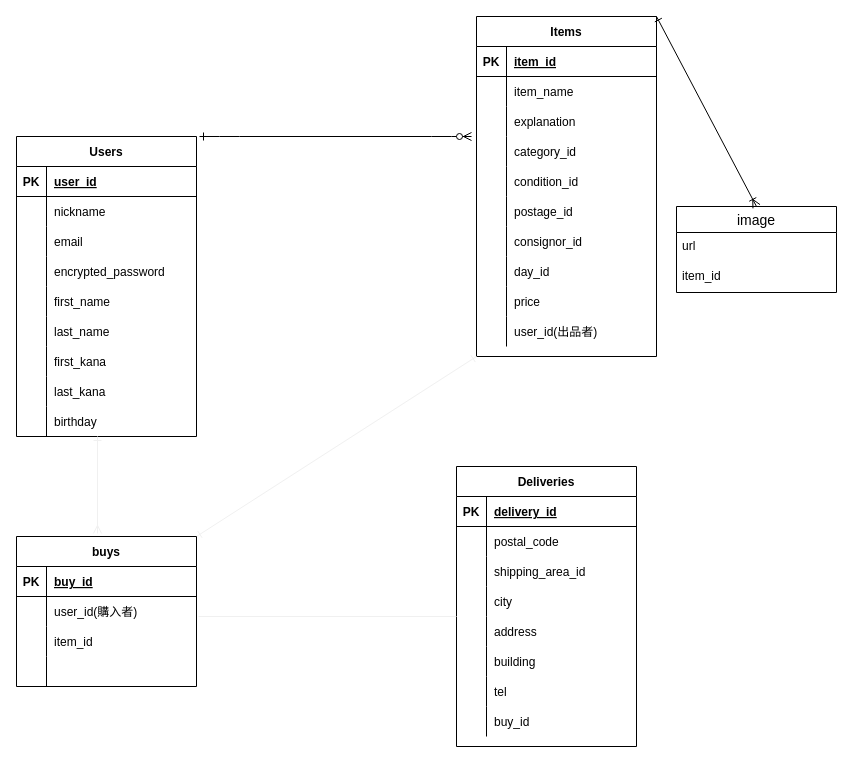
Earlier version of the draw.io diagram furima-er.dio (1030tm/furima-36410). Source tidied: cells renumbered, new cells numbered last; positions are measured from the earlier drawing's top-left corner, leaving out a move shared by most shapes. Both pictures are drawn from the tidied source at 100%, with x=0, y=0 at pixel (16, 16).
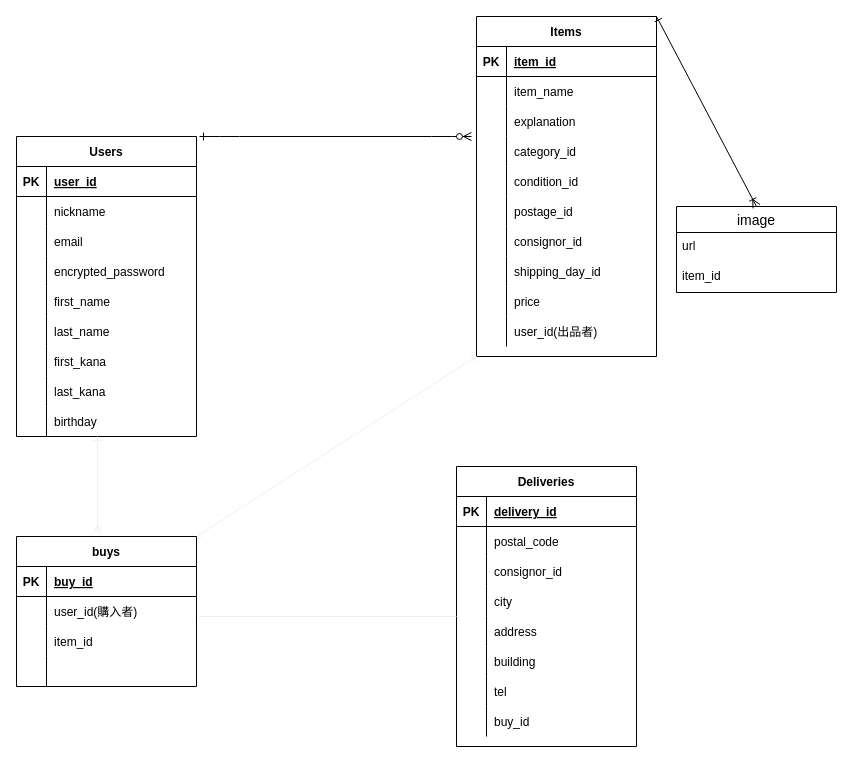
The same diagram, later.

Commit message (it also covers changes not shown here):
dayをshipping_dayに変更

The change refers to these unchanged cells:
```xml
<mxCell id="52" style="shape=partialRectangle;fillColor=none;top=0;left=0;bottom=0;right=0;" parent="30" vertex="1">
  <mxGeometry y="240" width="180" height="30" as="geometry" />
</mxCell>
<mxCell id="88" style="shape=partialRectangle;fillColor=none;top=0;left=0;bottom=0;right=0;" parent="81" vertex="1">
  <mxGeometry y="90" width="180" height="30" as="geometry" />
</mxCell>
```

Change to the diagram source:
```diff
@@
-    <mxCell id="54" value="day_id" style="shape=partialRectangle;fillColor=none;top=0;left=0;bottom=0;right=0;align=left;spacingLeft=6;overflow=hidden;" parent="52" vertex="1">
+    <mxCell id="54" value="shipping_day_id" style="shape=partialRectangle;fillColor=none;top=0;left=0;bottom=0;right=0;align=left;spacingLeft=6;overflow=hidden;" parent="52" vertex="1">
       <mxGeometry x="30" width="150" height="30" as="geometry" />
     </mxCell>
@@
-    <mxCell id="90" value="shipping_area_id" style="shape=partialRectangle;fillColor=none;top=0;left=0;bottom=0;right=0;align=left;spacingLeft=6;overflow=hidden;" parent="88" vertex="1">
+    <mxCell id="90" value="consignor_id" style="shape=partialRectangle;fillColor=none;top=0;left=0;bottom=0;right=0;align=left;spacingLeft=6;overflow=hidden;" parent="88" vertex="1">
       <mxGeometry x="30" width="150" height="30" as="geometry" />
     </mxCell>
```
